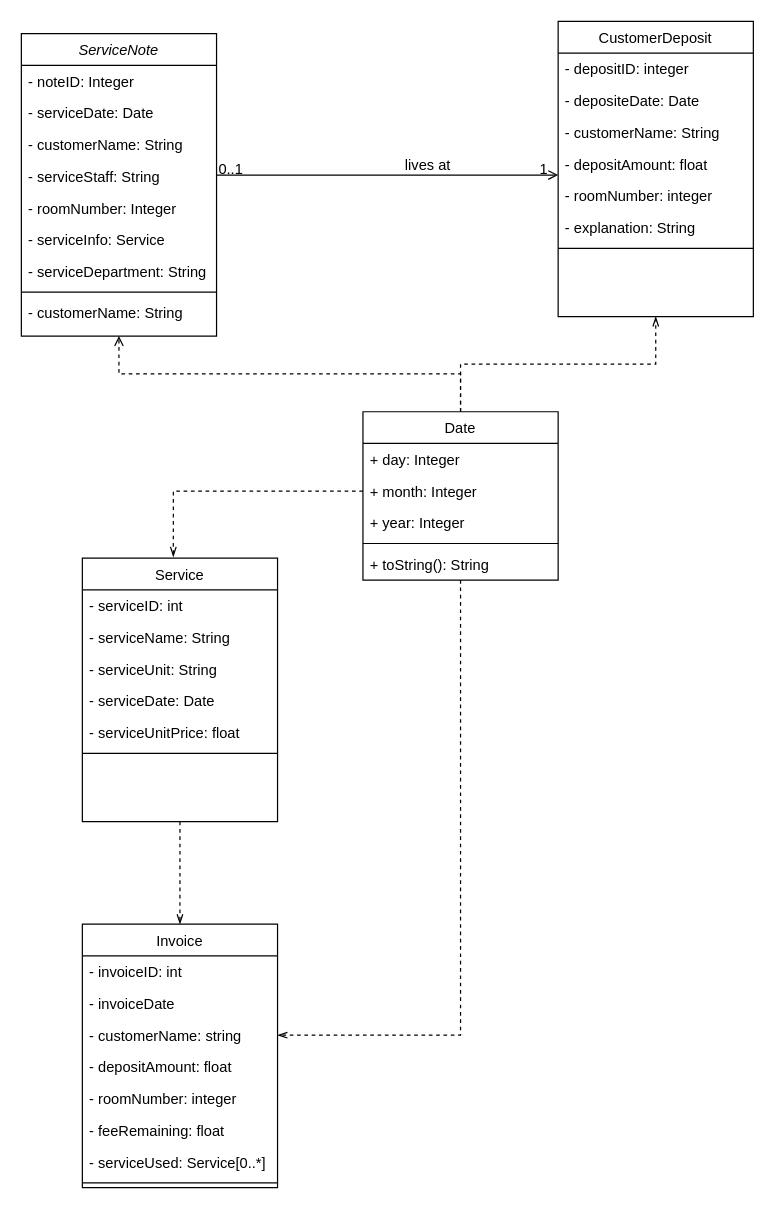
Above: Diagram/Class Diagram.drawio in jonathanha52/SE104.L23.PMCL (draw.io), before the change. Source tidied: cells renumbered, new cells numbered last; positions are measured from the earlier drawing's top-left corner, leaving out a move shared by most shapes. Both pictures are drawn from the tidied source at 122%, with x=0, y=0 at pixel (21, 21).
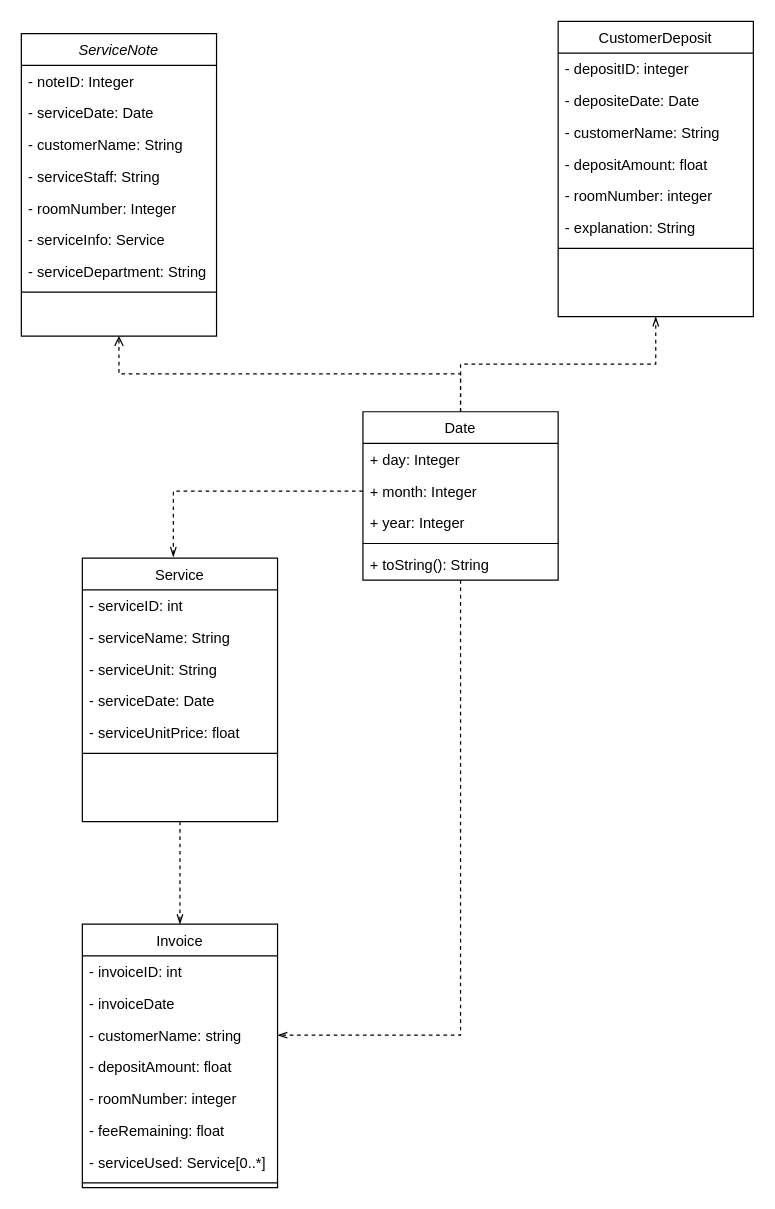
The same diagram, later.

The change refers to these unchanged cells:
```xml
<mxCell id="2" value="ServiceNote" style="swimlane;fontStyle=2;align=center;verticalAlign=top;horizontal=1;startSize=26;rounded=0;shadow=0;strokeWidth=1;" parent="1" vertex="1">
  <mxGeometry y="10" width="160" height="248" as="geometry" />
</mxCell>
<mxCell id="29" value="CustomerDeposit" style="swimlane;fontStyle=0;align=center;verticalAlign=top;horizontal=1;startSize=26;rounded=0;shadow=0;strokeWidth=1;" parent="1" vertex="1">
  <mxGeometry x="440" width="160" height="242" as="geometry" />
</mxCell>
```

Diff of the diagram source:
```diff
@@
-    <mxCell id="11" value="- customerName: String" style="text;align=left;verticalAlign=top;spacingLeft=4;spacingRight=4;overflow=hidden;rounded=0;shadow=0;html=0;" parent="2" vertex="1">
-      <mxGeometry y="216" width="160" height="32" as="geometry" />
-    </mxCell>
@@
-    <mxCell id="37" style="endArrow=open;shadow=0;strokeWidth=1;rounded=0;endFill=1;edgeStyle=elbowEdgeStyle;elbow=vertical;" parent="1" edge="1" source="2" target="29">
-      <mxGeometry x="0.5" y="41" relative="1" as="geometry">
-        <mxPoint x="-40" y="32" as="offset" />
-      </mxGeometry>
-    </mxCell>
-    <mxCell id="38" value="0..1" style="align=left;verticalAlign=bottom;labelBackgroundColor=none;fontSize=12;" parent="37" vertex="1">
-      <mxGeometry x="-1" relative="1" as="geometry">
-        <mxPoint y="4" as="offset" />
-      </mxGeometry>
-    </mxCell>
-    <mxCell id="39" value="1" style="align=right;verticalAlign=bottom;labelBackgroundColor=none;fontSize=12;" parent="37" vertex="1">
-      <mxGeometry x="1" relative="1" as="geometry">
-        <mxPoint x="-7" y="4" as="offset" />
-      </mxGeometry>
-    </mxCell>
-    <mxCell id="40" value="lives at" style="text;html=1;align=center;verticalAlign=middle;labelBackgroundColor=none;rounded=0;shadow=0;strokeWidth=1;fontSize=12;" parent="37" vertex="1">
-      <mxGeometry x="0.5" y="49" relative="1" as="geometry">
-        <mxPoint x="-38" y="40" as="offset" />
-      </mxGeometry>
-    </mxCell>
```
